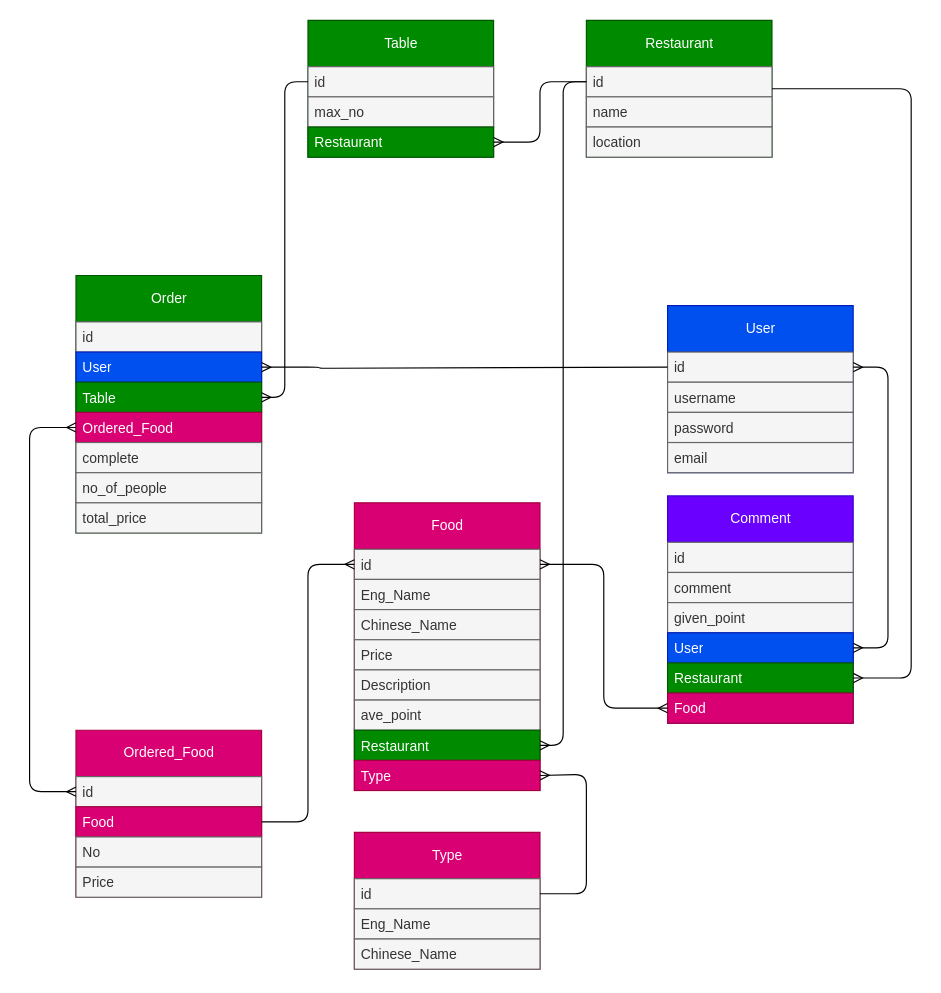
Before: graph.drawio in sauheiwong/api_restaurant, a draw.io diagram. Source tidied: cells renumbered, new cells numbered last; positions are measured from the earlier drawing's top-left corner, leaving out a move shared by most shapes. Both pictures are drawn from the tidied source at 116%, with x=0, y=0 at pixel (29, 20).
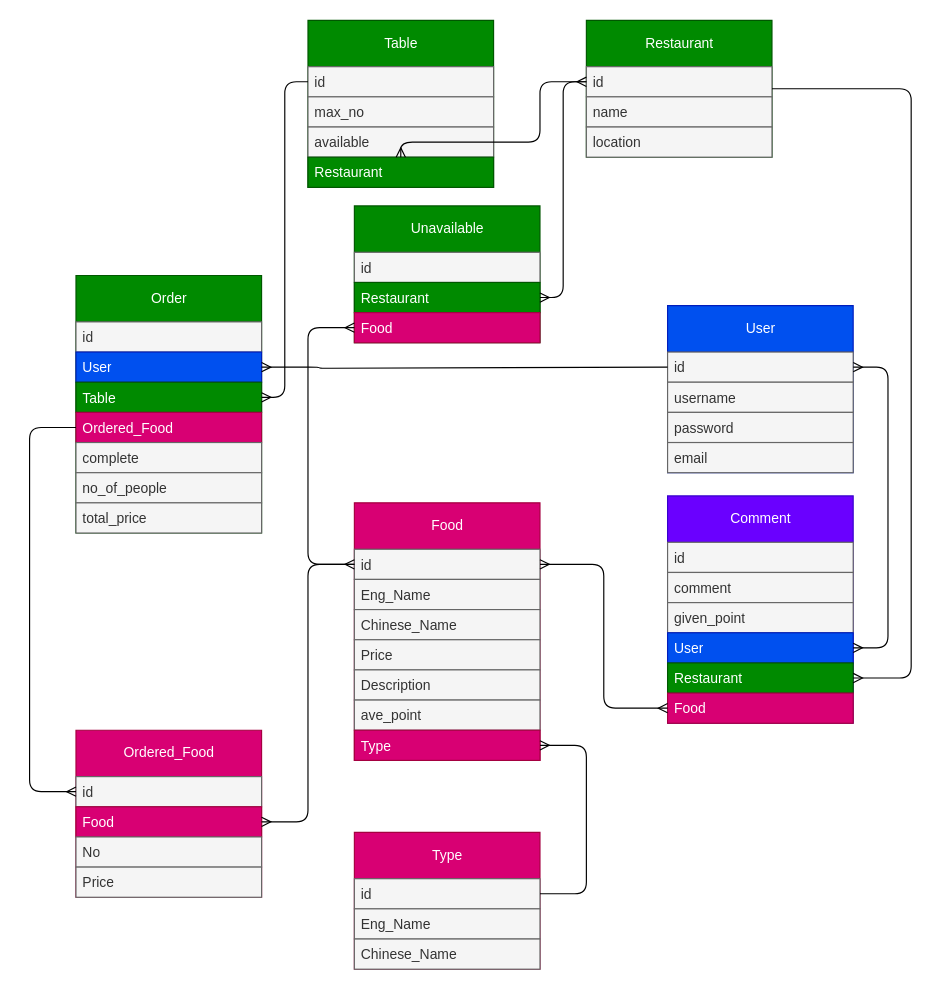
The same diagram, later.

Commit message (it also covers changes not shown here):
restaurant, table, type, food done with search feature

Unchanged cells that the change refers to:
```xml
<mxCell id="11" value="Ordered_Food" style="text;strokeColor=#A50040;fillColor=#d80073;align=left;verticalAlign=top;spacingLeft=4;spacingRight=4;overflow=hidden;points=[[0,0.5],[1,0.5]];portConstraint=eastwest;whiteSpace=wrap;html=1;fontColor=#ffffff;" parent="7" vertex="1">
  <mxGeometry y="118" width="160" height="26" as="geometry" />
</mxCell>
<mxCell id="20" value="id" style="text;strokeColor=#666666;fillColor=#f5f5f5;align=left;verticalAlign=top;spacingLeft=4;spacingRight=4;overflow=hidden;points=[[0,0.5],[1,0.5]];portConstraint=eastwest;whiteSpace=wrap;html=1;fontColor=#333333;" parent="19" vertex="1">
  <mxGeometry y="40" width="160" height="26" as="geometry" />
</mxCell>
<mxCell id="21" value="Food" style="text;strokeColor=#A50040;fillColor=#d80073;align=left;verticalAlign=top;spacingLeft=4;spacingRight=4;overflow=hidden;points=[[0,0.5],[1,0.5]];portConstraint=eastwest;whiteSpace=wrap;html=1;fontColor=#ffffff;" parent="19" vertex="1">
  <mxGeometry y="66" width="160" height="26" as="geometry" />
</mxCell>
<mxCell id="25" value="id" style="text;strokeColor=#666666;fillColor=#f5f5f5;align=left;verticalAlign=top;spacingLeft=4;spacingRight=4;overflow=hidden;points=[[0,0.5],[1,0.5]];portConstraint=eastwest;whiteSpace=wrap;html=1;fontColor=#333333;" parent="24" vertex="1">
  <mxGeometry y="40" width="160" height="26" as="geometry" />
</mxCell>
<mxCell id="38" value="id" style="text;strokeColor=#666666;fillColor=#f5f5f5;align=left;verticalAlign=top;spacingLeft=4;spacingRight=4;overflow=hidden;points=[[0,0.5],[1,0.5]];portConstraint=eastwest;whiteSpace=wrap;html=1;fontColor=#333333;" parent="37" vertex="1">
  <mxGeometry y="40" width="160" height="26" as="geometry" />
</mxCell>
<mxCell id="47" value="Restaurant" style="text;strokeColor=#005700;fillColor=#008a00;align=left;verticalAlign=top;spacingLeft=4;spacingRight=4;overflow=hidden;points=[[0,0.5],[1,0.5]];portConstraint=eastwest;whiteSpace=wrap;html=1;fontColor=#ffffff;" parent="42" vertex="1">
  <mxGeometry y="144" width="160" height="26" as="geometry" />
</mxCell>
<mxCell id="51" value="Restaurant" style="swimlane;fontStyle=0;horizontal=1;startSize=40;fillColor=#008a00;html=1;strokeColor=#005700;fontColor=#ffffff;" parent="1" vertex="1">
  <mxGeometry x="480" width="160" height="118" as="geometry" />
</mxCell>
<mxCell id="52" value="id" style="text;strokeColor=#666666;fillColor=#f5f5f5;align=left;verticalAlign=top;spacingLeft=4;spacingRight=4;overflow=hidden;points=[[0,0.5],[1,0.5]];portConstraint=eastwest;whiteSpace=wrap;html=1;fontColor=#333333;" parent="51" vertex="1">
  <mxGeometry y="40" width="160" height="26" as="geometry" />
</mxCell>
```

The edit, as a diff of the source:
```diff
@@
     <mxCell id="15" value="Table" style="swimlane;fontStyle=0;horizontal=1;startSize=40;fillColor=#008a00;html=1;strokeColor=#005700;fontColor=#ffffff;" parent="1" vertex="1">
-      <mxGeometry x="240" width="160" height="118" as="geometry" />
+      <mxGeometry x="240" width="160" height="144" as="geometry" />
     </mxCell>
@@
+    <mxCell id="58" value="available" style="text;strokeColor=#666666;fillColor=#f5f5f5;align=left;verticalAlign=top;spacingLeft=4;spacingRight=4;overflow=hidden;whiteSpace=wrap;html=1;fontColor=#333333;" parent="15" vertex="1">
+      <mxGeometry y="92" width="160" height="26" as="geometry" />
+    </mxCell>
     <mxCell id="18" value="Restaurant" style="text;strokeColor=#005700;fillColor=#008a00;align=left;verticalAlign=top;spacingLeft=4;spacingRight=4;overflow=hidden;points=[[0,0.5],[1,0.5]];portConstraint=eastwest;whiteSpace=wrap;html=1;fontColor=#ffffff;" parent="15" vertex="1">
-      <mxGeometry y="92" width="160" height="26" as="geometry" />
+      <mxGeometry y="118" width="160" height="26" as="geometry" />
     </mxCell>
@@
     <mxCell id="24" value="Food" style="swimlane;fontStyle=0;horizontal=1;startSize=40;fillColor=#d80073;html=1;strokeColor=#A50040;fontColor=#ffffff;" parent="1" vertex="1">
-      <mxGeometry x="280" y="416" width="160" height="248" as="geometry" />
+      <mxGeometry x="280" y="416" width="160" height="222" as="geometry" />
     </mxCell>
@@
-    <mxCell id="31" value="Restaurant" style="text;strokeColor=#005700;fillColor=#008a00;align=left;verticalAlign=top;spacingLeft=4;spacingRight=4;overflow=hidden;points=[[0,0.5],[1,0.5]];portConstraint=eastwest;whiteSpace=wrap;html=1;fontColor=#ffffff;" parent="24" vertex="1">
-      <mxGeometry y="196" width="160" height="26" as="geometry" />
-    </mxCell>
     <mxCell id="32" value="Type" style="text;strokeColor=#A50040;fillColor=#d80073;align=left;verticalAlign=top;spacingLeft=4;spacingRight=4;overflow=hidden;points=[[0,0.5],[1,0.5]];portConstraint=eastwest;whiteSpace=wrap;html=1;fontColor=#ffffff;" parent="24" vertex="1">
-      <mxGeometry y="222" width="160" height="26" as="geometry" />
+      <mxGeometry y="196" width="160" height="26" as="geometry" />
     </mxCell>
@@
-    <mxCell id="35" style="edgeStyle=orthogonalEdgeStyle;html=1;entryX=0;entryY=0.5;entryDx=0;entryDy=0;startArrow=ERmany;startFill=0;endArrow=ERmany;endFill=0;" parent="1" edge="1" source="11" target="20">
+    <mxCell id="35" style="edgeStyle=orthogonalEdgeStyle;html=1;entryX=0;entryY=0.5;entryDx=0;entryDy=0;startArrow=none;startFill=0;endArrow=ERmany;endFill=0;" parent="1" edge="1" source="11" target="20">
       <mxGeometry relative="1" as="geometry">
         <Array as="points">
           <mxPoint y="351" />
           <mxPoint y="665" />
         </Array>
       </mxGeometry>
     </mxCell>
-    <mxCell id="36" style="edgeStyle=orthogonalEdgeStyle;html=1;entryX=1;entryY=0.5;entryDx=0;entryDy=0;startArrow=ERmany;startFill=0;endArrow=none;endFill=0;" parent="1" edge="1" source="25" target="21">
+    <mxCell id="36" style="edgeStyle=orthogonalEdgeStyle;html=1;entryX=1;entryY=0.5;entryDx=0;entryDy=0;startArrow=none;startFill=0;endArrow=ERmany;endFill=0;" parent="1" edge="1" source="25" target="21">
       <mxGeometry relative="1" as="geometry" />
     </mxCell>
@@
     <mxCell id="41" style="edgeStyle=orthogonalEdgeStyle;html=1;startArrow=none;startFill=0;endArrow=ERmany;endFill=0;exitX=1;exitY=0.5;exitDx=0;exitDy=0;entryX=1;entryY=0.5;entryDx=0;entryDy=0;" parent="1" edge="1" source="38" target="32">
       <mxGeometry relative="1" as="geometry">
         <Array as="points">
           <mxPoint x="480" y="753" />
-          <mxPoint x="480" y="650" />
-          <mxPoint x="440" y="650" />
+          <mxPoint x="480" y="625" />
         </Array>
       </mxGeometry>
     </mxCell>
@@
+    <mxCell id="57" style="edgeStyle=orthogonalEdgeStyle;html=1;entryX=1;entryY=0.5;entryDx=0;entryDy=0;startArrow=ERmany;startFill=0;endArrow=none;endFill=0;" parent="1" edge="1" source="47" target="51">
+      <mxGeometry relative="1" as="geometry">
+        <Array as="points">
+          <mxPoint x="760" y="567" />
+          <mxPoint x="760" y="59" />
+        </Array>
+      </mxGeometry>
+    </mxCell>
+    <mxCell id="59" value="Unavailable" style="swimlane;fontStyle=0;horizontal=1;startSize=40;fillColor=#008a00;html=1;strokeColor=#005700;fontColor=#ffffff;" parent="1" vertex="1">
+      <mxGeometry x="280" y="160" width="160" height="118" as="geometry" />
+    </mxCell>
+    <mxCell id="60" value="id" style="text;strokeColor=#666666;fillColor=#f5f5f5;align=left;verticalAlign=top;spacingLeft=4;spacingRight=4;overflow=hidden;whiteSpace=wrap;html=1;fontColor=#333333;" parent="59" vertex="1">
+      <mxGeometry y="40" width="160" height="26" as="geometry" />
+    </mxCell>
+    <mxCell id="31" value="Restaurant" style="text;strokeColor=#005700;fillColor=#008a00;align=left;verticalAlign=top;spacingLeft=4;spacingRight=4;overflow=hidden;points=[[0,0.5],[1,0.5]];portConstraint=eastwest;whiteSpace=wrap;html=1;fontColor=#ffffff;" parent="59" vertex="1">
+      <mxGeometry y="66" width="160" height="26" as="geometry" />
+    </mxCell>
+    <mxCell id="61" value="Food" style="text;strokeColor=#A50040;fillColor=#d80073;align=left;verticalAlign=top;spacingLeft=4;spacingRight=4;overflow=hidden;whiteSpace=wrap;html=1;fontColor=#ffffff;" parent="59" vertex="1">
+      <mxGeometry y="92" width="160" height="26" as="geometry" />
+    </mxCell>
+    <mxCell id="62" style="edgeStyle=orthogonalEdgeStyle;html=1;entryX=0;entryY=0.5;entryDx=0;entryDy=0;startArrow=ERmany;startFill=0;endArrow=ERmany;endFill=0;" parent="1" edge="1" target="25">
+      <mxGeometry relative="1" as="geometry">
+        <mxPoint x="280" y="265" as="sourcePoint" />
+        <Array as="points">
+          <mxPoint x="240" y="265" />
+          <mxPoint x="240" y="469" />
+        </Array>
+      </mxGeometry>
+    </mxCell>
-    <mxCell id="56" style="edgeStyle=orthogonalEdgeStyle;html=1;entryX=0;entryY=0.5;entryDx=0;entryDy=0;startArrow=ERmany;startFill=0;endArrow=none;endFill=0;" parent="1" edge="1" source="31" target="52">
+    <mxCell id="56" style="edgeStyle=orthogonalEdgeStyle;html=1;entryX=0;entryY=0.5;entryDx=0;entryDy=0;startArrow=ERmany;startFill=0;endArrow=ERmany;endFill=0;" parent="1" edge="1" source="31" target="52">
       <mxGeometry relative="1" as="geometry" />
     </mxCell>
-    <mxCell id="57" style="edgeStyle=orthogonalEdgeStyle;html=1;entryX=1;entryY=0.5;entryDx=0;entryDy=0;startArrow=ERmany;startFill=0;endArrow=none;endFill=0;" parent="1" edge="1" source="47" target="51">
-      <mxGeometry relative="1" as="geometry">
-        <Array as="points">
-          <mxPoint x="760" y="567" />
-          <mxPoint x="760" y="59" />
-        </Array>
-      </mxGeometry>
-    </mxCell>
```
